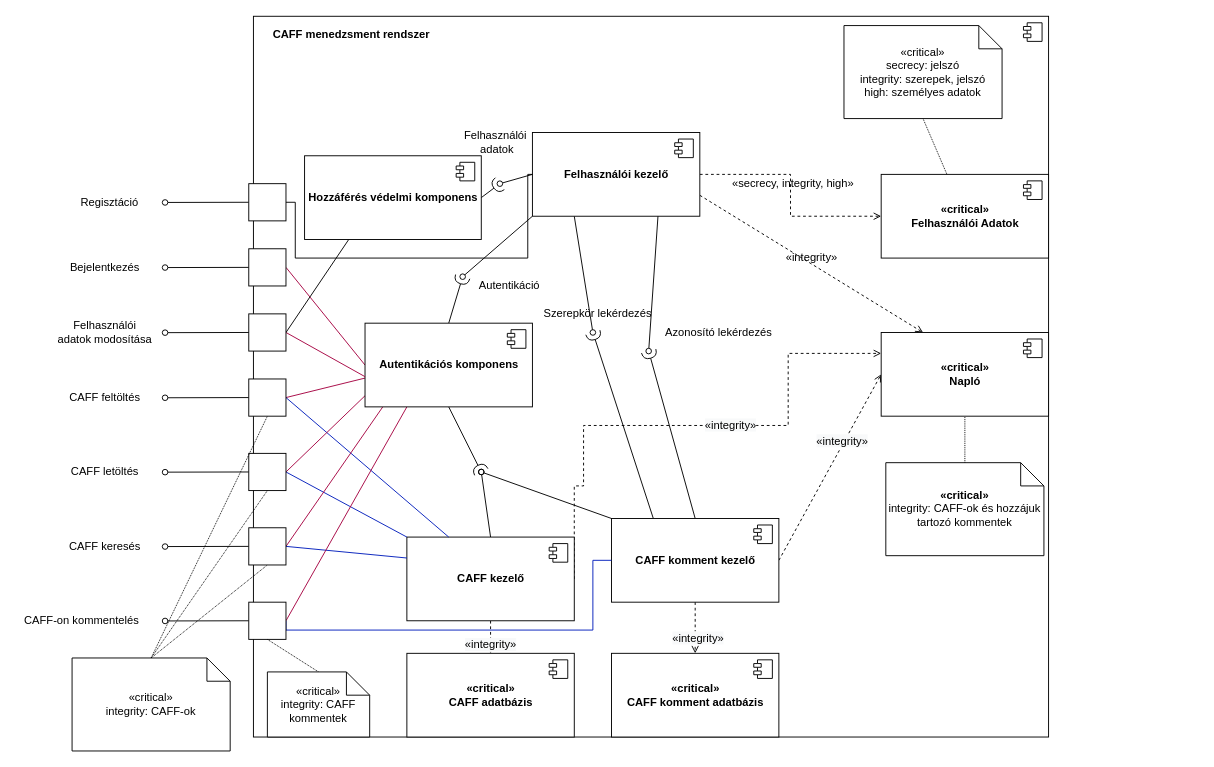
Earlier version of the draw.io diagram plans/UML_Drawio/komponensDiagUMLKiterjesztés.drawio (zuper1998/SzamBiztHF). Source tidied: cells renumbered, new cells numbered last; positions are measured from the earlier drawing's top-left corner, leaving out a move shared by most shapes. Both pictures are drawn from the tidied source at 93%, with x=0, y=0 at pixel (16, 16).
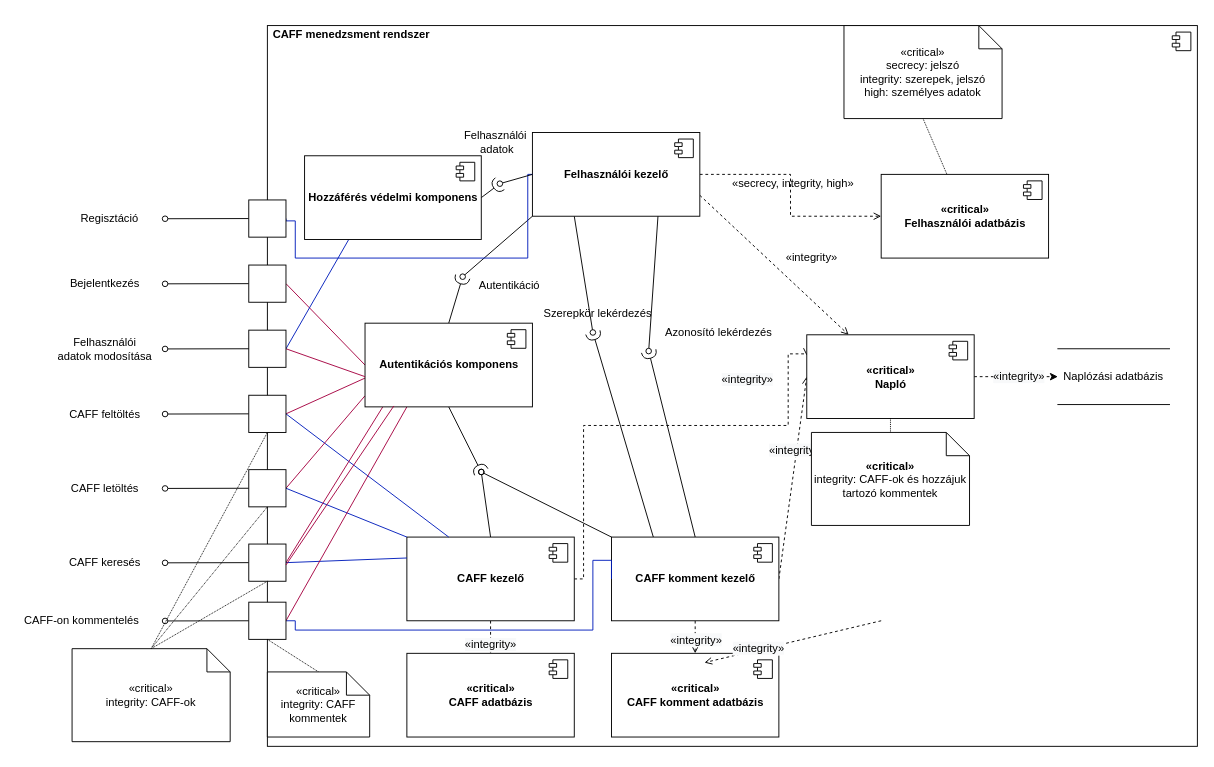
Above is the later version.

Unchanged cells that the change refers to:
```xml
<mxCell id="8" value="Felhasználói kezelő" style="html=1;fontStyle=1;" parent="1" vertex="1">
  <mxGeometry x="555" y="125" width="180" height="90" as="geometry" />
</mxCell>
<mxCell id="18" value="CAFF kezelő" style="html=1;fontStyle=1;" parent="1" vertex="1">
  <mxGeometry x="420" y="560" width="180" height="90" as="geometry" />
</mxCell>
<mxCell id="20" style="edgeStyle=none;rounded=0;jettySize=auto;html=1;exitX=0.5;exitY=1;exitDx=0;exitDy=0;dashed=1;endArrow=open;endFill=0;" parent="1" edge="1" source="27" target="31">
  <mxGeometry relative="1" as="geometry" />
</mxCell>
<mxCell id="60" style="whiteSpace=wrap;html=1;" parent="1" vertex="1">
  <mxGeometry x="250" y="630" width="40" height="40" as="geometry" />
</mxCell>
<mxCell id="81" value="Autentikációs komponens" style="html=1;fontStyle=1;" parent="1" vertex="1">
  <mxGeometry x="375" y="330" width="180" height="90" as="geometry" />
</mxCell>
<mxCell id="90" value="Hozzáférés védelmi komponens" style="html=1;fontStyle=1;" parent="1" vertex="1">
  <mxGeometry x="310" y="150" width="190" height="90" as="geometry" />
</mxCell>
```

Change to the diagram source:
```diff
@@
     <mxCell id="2" style="html=1;" parent="1" vertex="1">
-      <mxGeometry x="255" width="855" height="775" as="geometry" />
+      <mxGeometry x="270" y="10" width="1000" height="775" as="geometry" />
     </mxCell>
@@
-    <mxCell id="10" value="«critical»&lt;br&gt;Felhasználói Adatok" style="html=1;fontStyle=1;" parent="1" vertex="1">
+    <mxCell id="10" value="«critical»&lt;br&gt;Felhasználói&amp;nbsp;adatbázis" style="html=1;fontStyle=1;" parent="1" vertex="1">
       <mxGeometry x="930" y="170" width="180" height="90" as="geometry" />
     </mxCell>
@@
     <mxCell id="14" style="edgeStyle=orthogonalEdgeStyle;rounded=0;jettySize=auto;html=1;exitX=1;exitY=0.5;exitDx=0;exitDy=0;entryX=0;entryY=0.25;entryDx=0;entryDy=0;dashed=1;endArrow=open;endFill=0;" parent="1" edge="1" source="18" target="36">
       <mxGeometry relative="1" as="geometry">
         <Array as="points">
-          <mxPoint x="610" y="505" />
+          <mxPoint x="610" y="605" />
           <mxPoint x="610" y="440" />
           <mxPoint x="830" y="440" />
           <mxPoint x="830" y="363" />
         </Array>
       </mxGeometry>
     </mxCell>
@@
     <mxCell id="16" value="&lt;span style=&quot;font-size: 12px ; background-color: rgb(248 , 249 , 250)&quot;&gt;«integrity»&lt;/span&gt;" style="edgeLabel;html=1;align=center;verticalAlign=middle;" parent="14" vertex="1">
-      <mxGeometry x="0.16" y="1" relative="1" as="geometry" />
+      <mxGeometry x="0.16" y="1" relative="1" as="geometry">
+        <mxPoint x="63" y="-49" as="offset" />
+      </mxGeometry>
     </mxCell>
@@
     <mxCell id="21" value="&lt;span style=&quot;font-size: 12px ; background-color: rgb(248 , 249 , 250)&quot;&gt;«integrity»&lt;/span&gt;" style="edgeLabel;html=1;align=center;verticalAlign=middle;" parent="20" vertex="1">
-      <mxGeometry x="0.38" y="2" relative="1" as="geometry" />
+      <mxGeometry x="0.38" y="2" relative="1" as="geometry">
+        <mxPoint x="-2" y="-4" as="offset" />
+      </mxGeometry>
     </mxCell>
@@
     <mxCell id="27" value="CAFF komment kezelő" style="html=1;fontStyle=1;" parent="1" vertex="1">
-      <mxGeometry x="640" y="540" width="180" height="90" as="geometry" />
+      <mxGeometry x="640" y="560" width="180" height="90" as="geometry" />
     </mxCell>
@@
+    <mxCell id="94" style="edgeStyle=none;rounded=0;jettySize=auto;html=1;exitX=1;exitY=0.5;exitDx=0;exitDy=0;dashed=1;" parent="1" edge="1" source="36" target="96">
+      <mxGeometry relative="1" as="geometry" />
+    </mxCell>
+    <mxCell id="95" value="&lt;span style=&quot;font-size: 12px ; background-color: rgb(248 , 249 , 250)&quot;&gt;«integrity»&lt;/span&gt;" style="edgeLabel;html=1;align=center;verticalAlign=middle;" parent="94" vertex="1">
+      <mxGeometry x="0.38" y="-3" relative="1" as="geometry">
+        <mxPoint x="-15" y="-3" as="offset" />
+      </mxGeometry>
+    </mxCell>
     <mxCell id="36" value="«critical»&lt;br&gt;Napló" style="html=1;fontStyle=1;" parent="1" vertex="1">
-      <mxGeometry x="930" y="340" width="180" height="90" as="geometry" />
+      <mxGeometry x="850" y="342.5" width="180" height="90" as="geometry" />
     </mxCell>
@@
     <mxCell id="39" style="edgeStyle=none;rounded=0;jettySize=auto;html=1;exitX=0;exitY=0.5;exitDx=0;exitDy=0;endArrow=oval;endFill=0;" parent="1" edge="1" source="41">
       <mxGeometry relative="1" as="geometry">
-        <mxPoint x="160" y="200.2" as="targetPoint" />
+        <mxPoint x="160" y="217.7" as="targetPoint" />
       </mxGeometry>
     </mxCell>
-    <mxCell id="40" style="edgeStyle=orthogonalEdgeStyle;rounded=0;jettySize=auto;html=1;exitX=1;exitY=0.5;exitDx=0;exitDy=0;entryX=0;entryY=0.5;entryDx=0;entryDy=0;endArrow=none;endFill=0;" parent="1" edge="1" source="41" target="8">
+    <mxCell id="40" style="edgeStyle=orthogonalEdgeStyle;rounded=0;jettySize=auto;html=1;exitX=1;exitY=0.5;exitDx=0;exitDy=0;entryX=0;entryY=0.5;entryDx=0;entryDy=0;endArrow=none;endFill=0;fillColor=#0050ef;strokeColor=#001DBC;" parent="1" edge="1" source="41" target="8">
       <mxGeometry relative="1" as="geometry">
         <Array as="points">
-          <mxPoint x="300" y="200" />
+          <mxPoint x="290" y="220" />
+          <mxPoint x="300" y="220" />
           <mxPoint x="300" y="260" />
           <mxPoint x="550" y="260" />
           <mxPoint x="550" y="170" />
         </Array>
       </mxGeometry>
     </mxCell>
     <mxCell id="41" style="whiteSpace=wrap;html=1;" parent="1" vertex="1">
-      <mxGeometry x="250" y="180" width="40" height="40" as="geometry" />
+      <mxGeometry x="250" y="197.5" width="40" height="40" as="geometry" />
     </mxCell>
     <mxCell id="42" style="edgeStyle=none;rounded=0;jettySize=auto;html=1;exitX=0;exitY=0.5;exitDx=0;exitDy=0;endArrow=oval;endFill=0;" parent="1" edge="1" source="44">
       <mxGeometry relative="1" as="geometry">
-        <mxPoint x="160" y="270.2" as="targetPoint" />
+        <mxPoint x="160" y="287.7" as="targetPoint" />
       </mxGeometry>
     </mxCell>
@@
     <mxCell id="44" style="whiteSpace=wrap;html=1;" parent="1" vertex="1">
-      <mxGeometry x="250" y="250" width="40" height="40" as="geometry" />
+      <mxGeometry x="250" y="267.5" width="40" height="40" as="geometry" />
     </mxCell>
     <mxCell id="45" style="edgeStyle=none;rounded=0;jettySize=auto;html=1;exitX=0;exitY=0.5;exitDx=0;exitDy=0;endArrow=oval;endFill=0;" parent="1" edge="1" source="48">
       <mxGeometry relative="1" as="geometry">
-        <mxPoint x="160" y="410.2" as="targetPoint" />
+        <mxPoint x="160" y="427.7" as="targetPoint" />
       </mxGeometry>
     </mxCell>
@@
     <mxCell id="48" style="whiteSpace=wrap;html=1;" parent="1" vertex="1">
-      <mxGeometry x="250" y="390" width="40" height="40" as="geometry" />
+      <mxGeometry x="250" y="407.5" width="40" height="40" as="geometry" />
     </mxCell>
     <mxCell id="49" style="edgeStyle=none;rounded=0;jettySize=auto;html=1;exitX=0;exitY=0.5;exitDx=0;exitDy=0;endArrow=oval;endFill=0;" parent="1" edge="1" source="52">
       <mxGeometry relative="1" as="geometry">
-        <mxPoint x="160" y="490.2" as="targetPoint" />
+        <mxPoint x="160" y="507.7" as="targetPoint" />
       </mxGeometry>
     </mxCell>
@@
     <mxCell id="52" style="whiteSpace=wrap;html=1;" parent="1" vertex="1">
-      <mxGeometry x="250" y="470" width="40" height="40" as="geometry" />
+      <mxGeometry x="250" y="487.5" width="40" height="40" as="geometry" />
     </mxCell>
     <mxCell id="53" style="edgeStyle=none;rounded=0;jettySize=auto;html=1;exitX=0;exitY=0.5;exitDx=0;exitDy=0;endArrow=oval;endFill=0;" parent="1" edge="1" source="56">
       <mxGeometry relative="1" as="geometry">
-        <mxPoint x="160" y="570.2" as="targetPoint" />
+        <mxPoint x="160" y="587.7" as="targetPoint" />
       </mxGeometry>
     </mxCell>
@@
     <mxCell id="56" style="whiteSpace=wrap;html=1;" parent="1" vertex="1">
-      <mxGeometry x="250" y="550" width="40" height="40" as="geometry" />
+      <mxGeometry x="250" y="567.5" width="40" height="40" as="geometry" />
     </mxCell>
@@
     <mxCell id="58" style="edgeStyle=orthogonalEdgeStyle;rounded=0;jettySize=auto;html=1;exitX=1;exitY=0.5;exitDx=0;exitDy=0;entryX=0;entryY=0.5;entryDx=0;entryDy=0;endArrow=none;endFill=0;fillColor=#0050ef;strokeColor=#001DBC;" parent="1" edge="1" source="60" target="27">
       <mxGeometry relative="1" as="geometry">
         <Array as="points">
-          <mxPoint x="290" y="660" />
+          <mxPoint x="300" y="650" />
+          <mxPoint x="300" y="660" />
           <mxPoint x="620" y="660" />
           <mxPoint x="620" y="585" />
+          <mxPoint x="640" y="585" />
         </Array>
       </mxGeometry>
     </mxCell>
@@
     <mxCell id="61" value="Regisztáció" style="text;html=1;align=center;verticalAlign=middle;strokeColor=none;fillColor=none;" parent="1" vertex="1">
-      <mxGeometry x="60" y="190" width="80" height="20" as="geometry" />
+      <mxGeometry x="60" y="207.5" width="80" height="20" as="geometry" />
     </mxCell>
     <mxCell id="62" value="Bejelentkezés" style="text;html=1;align=center;verticalAlign=middle;strokeColor=none;fillColor=none;" parent="1" vertex="1">
-      <mxGeometry x="50" y="260" width="90" height="20" as="geometry" />
+      <mxGeometry x="50" y="277.5" width="90" height="20" as="geometry" />
     </mxCell>
     <mxCell id="63" value="CAFF feltöltés" style="text;html=1;align=center;verticalAlign=middle;strokeColor=none;fillColor=none;" parent="1" vertex="1">
-      <mxGeometry x="50" y="400" width="90" height="20" as="geometry" />
+      <mxGeometry x="50" y="417.5" width="90" height="20" as="geometry" />
     </mxCell>
     <mxCell id="64" value="CAFF letöltés" style="text;html=1;align=center;verticalAlign=middle;strokeColor=none;fillColor=none;" parent="1" vertex="1">
-      <mxGeometry x="50" y="480" width="90" height="20" as="geometry" />
+      <mxGeometry x="50" y="497.5" width="90" height="20" as="geometry" />
     </mxCell>
     <mxCell id="65" value="CAFF keresés" style="text;html=1;align=center;verticalAlign=middle;strokeColor=none;fillColor=none;" parent="1" vertex="1">
-      <mxGeometry x="50" y="560" width="90" height="20" as="geometry" />
+      <mxGeometry x="50" y="577.5" width="90" height="20" as="geometry" />
     </mxCell>
@@
     <mxCell id="72" value="&lt;b&gt;«critical»&lt;/b&gt;&lt;br&gt;integrity: CAFF-ok és hozzájuk tartozó kommentek" style="shape=note2;boundedLbl=1;whiteSpace=wrap;html=1;size=25;verticalAlign=middle;align=center;horizontal=1;labelPosition=center;verticalLabelPosition=middle;" parent="1" vertex="1">
-      <mxGeometry x="935" y="480" width="170" height="100" as="geometry" />
+      <mxGeometry x="855" y="447.5" width="170" height="100" as="geometry" />
     </mxCell>
@@
     <mxCell id="76" value="«critical»&lt;br&gt;integrity: CAFF-ok" style="shape=note2;boundedLbl=1;whiteSpace=wrap;html=1;size=25;verticalAlign=middle;align=center;horizontal=1;labelPosition=center;verticalLabelPosition=middle;" parent="1" vertex="1">
-      <mxGeometry x="60" y="690" width="170" height="100" as="geometry" />
+      <mxGeometry x="60" y="680" width="170" height="100" as="geometry" />
     </mxCell>
@@
-    <mxCell id="85" style="edgeStyle=none;rounded=0;jettySize=auto;html=1;exitX=1;exitY=0.5;exitDx=0;exitDy=0;entryX=0.25;entryY=1;entryDx=0;entryDy=0;endArrow=none;endFill=0;strokeColor=#000000;strokeWidth=1;fillColor=#0050ef;" parent="1" edge="1" source="86" target="90">
+    <mxCell id="85" style="edgeStyle=none;rounded=0;jettySize=auto;html=1;exitX=1;exitY=0.5;exitDx=0;exitDy=0;entryX=0.25;entryY=1;entryDx=0;entryDy=0;endArrow=none;endFill=0;strokeColor=#001DBC;strokeWidth=1;fillColor=#0050ef;" parent="1" edge="1" source="86" target="90">
       <mxGeometry relative="1" as="geometry" />
     </mxCell>
     <mxCell id="86" style="whiteSpace=wrap;html=1;" parent="1" vertex="1">
-      <mxGeometry x="250" y="320" width="40" height="40" as="geometry" />
+      <mxGeometry x="250" y="337.5" width="40" height="40" as="geometry" />
     </mxCell>
     <mxCell id="87" style="edgeStyle=none;rounded=0;jettySize=auto;html=1;exitX=0;exitY=0.5;exitDx=0;exitDy=0;endArrow=oval;endFill=0;" parent="1" edge="1" source="86">
       <mxGeometry relative="1" as="geometry">
-        <mxPoint x="160" y="340.2" as="targetPoint" />
+        <mxPoint x="160" y="357.7" as="targetPoint" />
       </mxGeometry>
     </mxCell>
     <mxCell id="88" value="Felhasználói&lt;br&gt;adatok&amp;nbsp;modosítása" style="text;html=1;align=center;verticalAlign=middle;strokeColor=none;fillColor=none;" parent="1" vertex="1">
-      <mxGeometry x="35" y="325" width="120" height="30" as="geometry" />
+      <mxGeometry x="35" y="342.5" width="120" height="30" as="geometry" />
     </mxCell>
@@
+    <mxCell id="96" value="Naplózási adatbázis" style="shape=partialRectangle;whiteSpace=wrap;html=1;left=0;right=0;fillColor=none;" parent="1" vertex="1">
+      <mxGeometry x="1120" y="357.5" width="120" height="60" as="geometry" />
+    </mxCell>
+    <mxCell id="97" style="edgeStyle=none;rounded=0;jettySize=auto;html=1;exitX=1;exitY=0.5;exitDx=0;exitDy=0;entryX=0.172;entryY=0.989;entryDx=0;entryDy=0;entryPerimeter=0;fillColor=#d80073;strokeColor=#A50040;endArrow=none;endFill=0;" parent="1" edge="1" target="81">
+      <mxGeometry relative="1" as="geometry">
+        <mxPoint x="290" y="590" as="sourcePoint" />
+      </mxGeometry>
+    </mxCell>
+    <mxCell id="98" style="edgeStyle=none;rounded=0;orthogonalLoop=1;jettySize=auto;html=1;exitX=0.5;exitY=1;exitDx=0;exitDy=0;dashed=1;endArrow=open;endFill=0;entryX=0.5;entryY=0;entryDx=0;entryDy=0;" parent="1" edge="1">
+      <mxGeometry relative="1" as="geometry">
+        <mxPoint x="930" y="650" as="sourcePoint" />
+        <mxPoint x="740" y="695" as="targetPoint" />
+      </mxGeometry>
+    </mxCell>
+    <mxCell id="99" value="&lt;span style=&quot;font-size: 12px ; background-color: rgb(248 , 249 , 250)&quot;&gt;«integrity»&lt;/span&gt;" style="edgeLabel;html=1;align=center;verticalAlign=middle;" parent="98" vertex="1">
+      <mxGeometry x="0.38" y="2" relative="1" as="geometry">
+        <mxPoint x="-2" y="-4" as="offset" />
+      </mxGeometry>
+    </mxCell>
```
